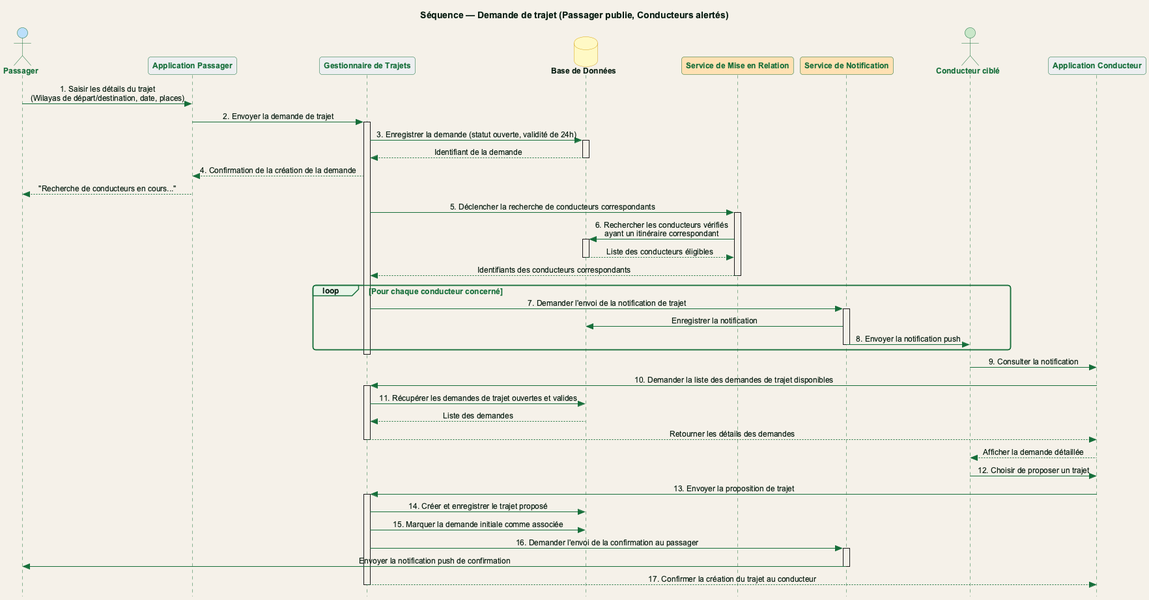
The PlantUML diagram figures/fig_sequence_trip_request.png in Belhormamohamed13/Memiore_RohWinBghit, before a commit.
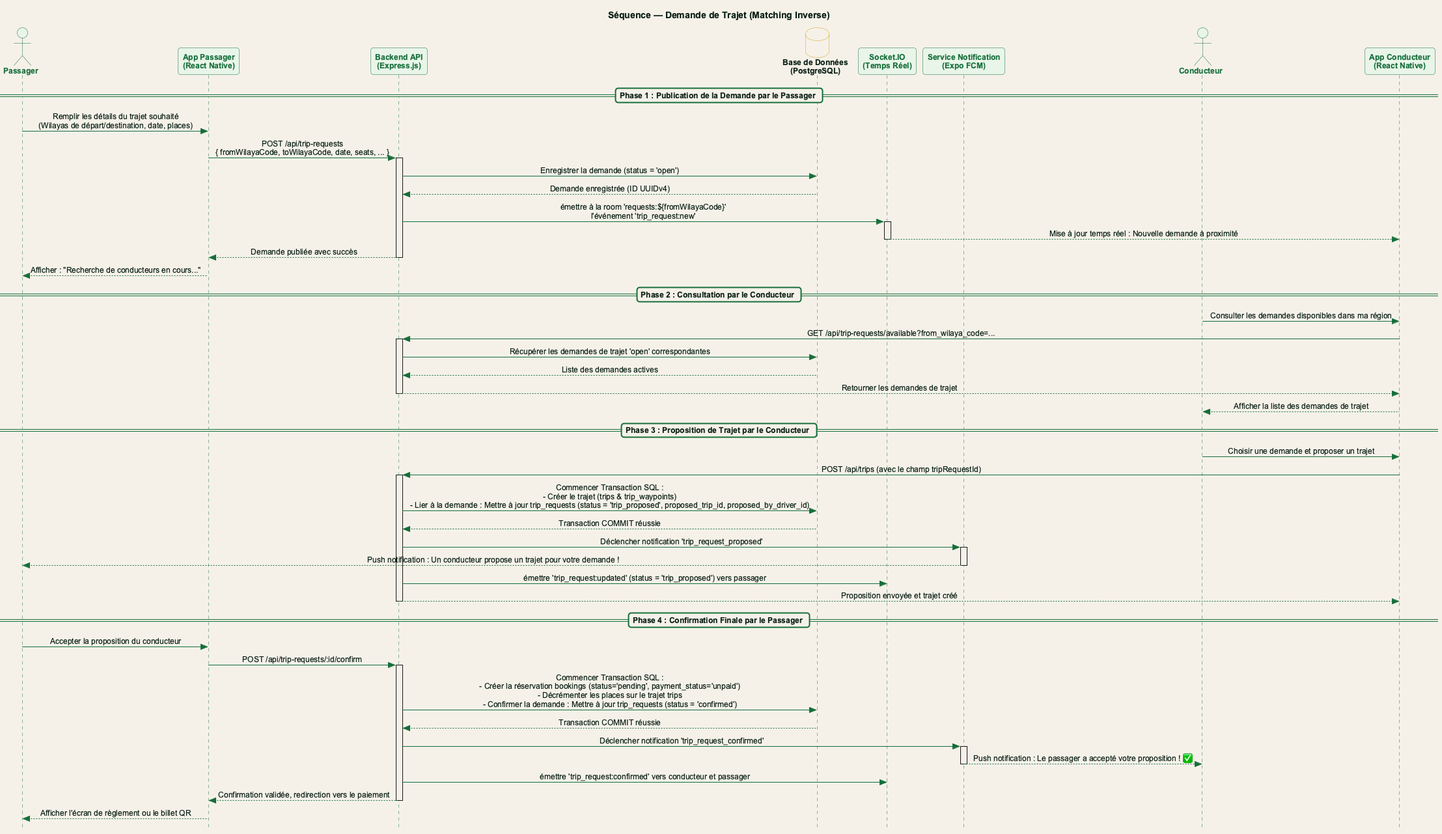
After the change.

Change to the diagram source:
```diff
@@ -3,66 +3,81 @@
 skinparam style strictuml
 skinparam SequenceMessageAlignment center
 
+title Séquence — Demande de Trajet (Matching Inverse)
 
-title Séquence — Demande de trajet (Passager publie, Conducteurs alertés)
+actor "Passager" as Pax
+participant "App Passager\n(React Native)" as AppP
+participant "Backend API\n(Express.js)" as API
+database "Base de Données\n(PostgreSQL)" as DB
+participant "Socket.IO\n(Temps Réel)" as Socket
+participant "Service Notification\n(Expo FCM)" as Notif
+actor "Conducteur" as Drv
+participant "App Conducteur\n(React Native)" as AppD
 
-actor "Passager" as Pax #BBDEFB
-participant "Application Passager" as AppP #ECEFF1
-participant "Gestionnaire de Trajets" as API #ECEFF1
-database "Base de Données" as DB #FFF9C4
-participant "Service de Mise en Relation" as Match #FFE0B2
-participant "Service de Notification" as Notif #FFE0B2
-actor "Conducteur ciblé" as Drv #C8E6C9
-participant "Application Conducteur" as AppD #ECEFF1
+== Phase 1 : Publication de la Demande par le Passager ==
 
-Pax -> AppP : 1. Saisir les détails du trajet\n(Wilayas de départ/destination, date, places)
-AppP -> API : 2. Envoyer la demande de trajet
+Pax -> AppP : Remplir les détails du trajet souhaité\n(Wilayas de départ/destination, date, places)
+AppP -> API : POST /api/trip-requests\n{ fromWilayaCode, toWilayaCode, date, seats, ... }
 activate API
 
-API -> DB : 3. Enregistrer la demande (statut ouverte, validité de 24h)
-activate DB
-DB --> API : Identifiant de la demande
-deactivate DB
+API -> DB : Enregistrer la demande (status = 'open')
+DB --> API : Demande enregistrée (ID UUIDv4)
 
-API --> AppP : 4. Confirmation de la création de la demande
-AppP --> Pax : "Recherche de conducteurs en cours..."
+API -> Socket : émettre à la room 'requests:${fromWilayaCode}'\nl'événement 'trip_request:new'
+activate Socket
+Socket --> AppD : Mise à jour temps réel : Nouvelle demande à proximité
+deactivate Socket
 
-API -> Match : 5. Déclencher la recherche de conducteurs correspondants
-activate Match
-Match -> DB : 6. Rechercher les conducteurs vérifiés\nayant un itinéraire correspondant
-activate DB
-DB --> Match : Liste des conducteurs éligibles
-deactivate DB
-Match --> API : Identifiants des conducteurs correspondants
-deactivate Match
+API --> AppP : Demande publiée avec succès
+deactivate API
+AppP --> Pax : Afficher : "Recherche de conducteurs en cours..."
 
-loop Pour chaque conducteur concerné
-  API -> Notif : 7. Demander l'envoi de la notification de trajet
-  activate Notif
-  Notif -> DB : Enregistrer la notification
-  Notif -> Drv : 8. Envoyer la notification push
-  deactivate Notif
-end
+== Phase 2 : Consultation par le Conducteur ==
+
+Drv -> AppD : Consulter les demandes disponibles dans ma région
+AppD -> API : GET /api/trip-requests/available?from_wilaya_code=...
+activate API
+API -> DB : Récupérer les demandes de trajet 'open' correspondantes
+DB --> API : Liste des demandes actives
+API --> AppD : Retourner les demandes de trajet
+deactivate API
+AppD --> Drv : Afficher la liste des demandes de trajet
+
+== Phase 3 : Proposition de Trajet par le Conducteur ==
+
+Drv -> AppD : Choisir une demande et proposer un trajet
+AppD -> API : POST /api/trips (avec le champ tripRequestId)
+activate API
+
+API -> DB : Commencer Transaction SQL :\n- Créer le trajet (trips & trip_waypoints)\n- Lier à la demande : Mettre à jour trip_requests (status = 'trip_proposed', proposed_trip_id, proposed_by_driver_id)
+DB --> API : Transaction COMMIT réussie
+
+API -> Notif : Déclencher notification 'trip_request_proposed'
+activate Notif
+Notif --> Pax : Push notification : Un conducteur propose un trajet pour votre demande !
+deactivate Notif
+
+API -> Socket : émettre 'trip_request:updated' (status = 'trip_proposed') vers passager
+API --> AppD : Proposition envoyée et trajet créé
 deactivate API
 
-Drv -> AppD : 9. Consulter la notification
-AppD -> API : 10. Demander la liste des demandes de trajet disponibles
+== Phase 4 : Confirmation Finale par le Passager ==
+
+Pax -> AppP : Accepter la proposition du conducteur
+AppP -> API : POST /api/trip-requests/:id/confirm
 activate API
-API -> DB : 11. Récupérer les demandes de trajet ouvertes et valides
-DB --> API : Liste des demandes
-API --> AppD : Retourner les détails des demandes
+
+API -> DB : Commencer Transaction SQL :\n- Créer la réservation bookings (status='pending', payment_status='unpaid')\n- Décrémenter les places sur le trajet trips\n- Confirmer la demande : Mettre à jour trip_requests (status = 'confirmed')
+DB --> API : Transaction COMMIT réussie
+
+API -> Notif : Déclencher notification 'trip_request_confirmed'
+activate Notif
+Notif --> Drv : Push notification : Le passager a accepté votre proposition ! ✅
+deactivate Notif
+
+API -> Socket : émettre 'trip_request:confirmed' vers conducteur et passager
+API --> AppP : Confirmation validée, redirection vers le paiement
 deactivate API
-AppD --> Drv : Afficher la demande détaillée
-Drv -> AppD : 12. Choisir de proposer un trajet
+AppP --> Pax : Afficher l'écran de règlement ou le billet QR
 
-AppD -> API : 13. Envoyer la proposition de trajet
-activate API
-API -> DB : 14. Créer et enregistrer le trajet proposé
-API -> DB : 15. Marquer la demande initiale comme associée
-API -> Notif : 16. Demander l'envoi de la confirmation au passager
-activate Notif
-Notif -> Pax : Envoyer la notification push de confirmation
-deactivate Notif
-API --> AppD : 17. Confirmer la création du trajet au conducteur
-deactivate API
 @enduml
```
